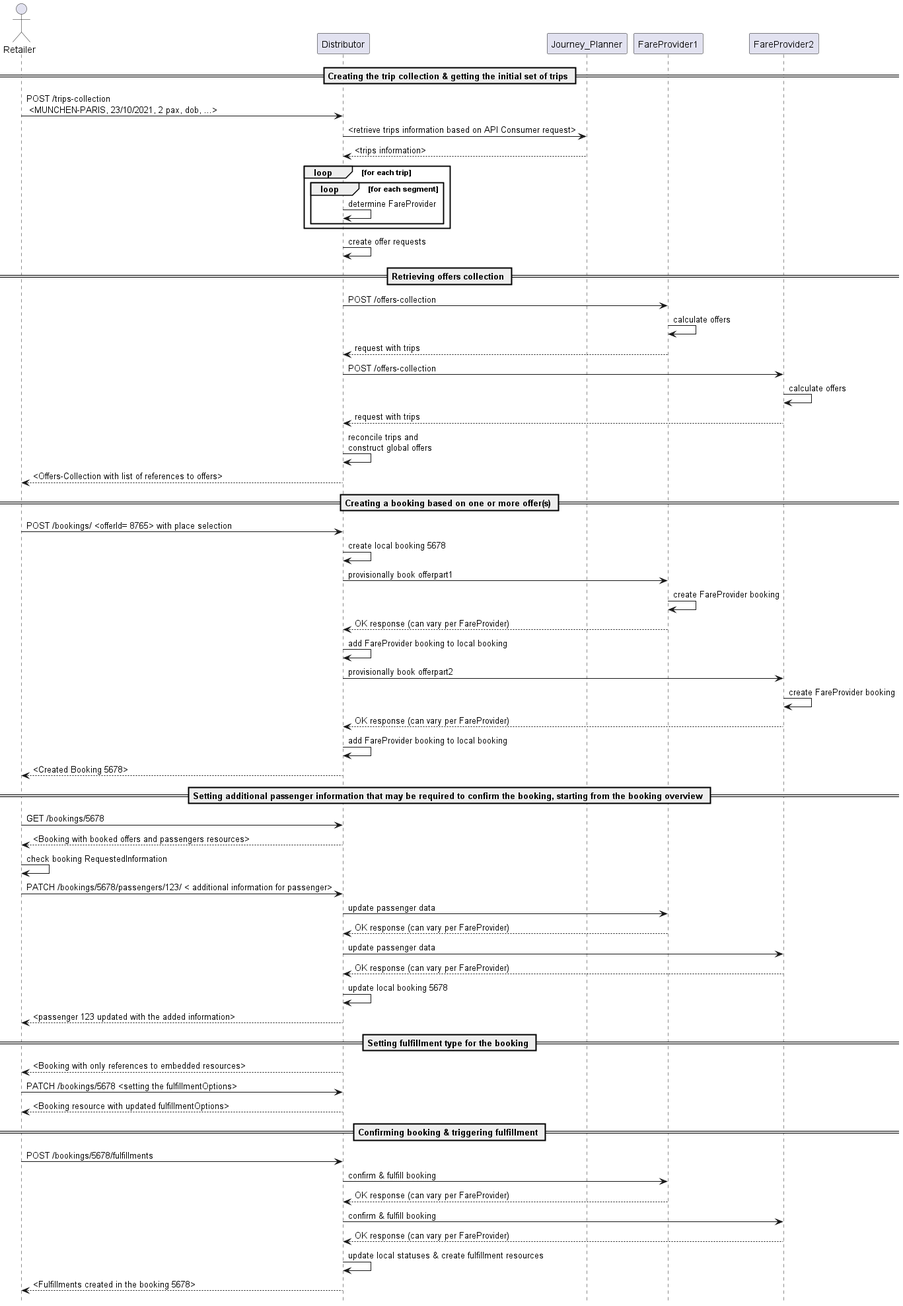
UnionInternationalCheminsdeFer/OSDM keeps this PlantUML diagram as images/processes/seq-end-to-end-interaction.png. Above is the earlier version. Source of this version:
```plantuml
@startuml
hide footbox

actor Retailer

== Creating the trip collection & getting the initial set of trips ==
Retailer -> Distributor: POST /trips-collection\n <MUNCHEN-PARIS, 23/10/2021, 2 pax, dob, ...>
Distributor -> Journey_Planner : <retrieve trips information based on API Consumer request>
Journey_Planner --> Distributor : <trips information>
loop for each trip
    loop for each segment
        Distributor -> Distributor: determine FareProvider
    end
end
Distributor -> Distributor : create offer requests

== Retrieving offers collection ==

Distributor -> FareProvider1: POST /offers-collection
FareProvider1 -> FareProvider1: calculate offers
FareProvider1 --> Distributor : request with trips
Distributor -> FareProvider2: POST /offers-collection
FareProvider2 -> FareProvider2: calculate offers
FareProvider2 --> Distributor : request with trips
Distributor -> Distributor : reconcile trips and \nconstruct global offers
Distributor --> Retailer: <Offers-Collection with list of references to offers>

== Creating a booking based on one or more offer(s) ==
Retailer -> Distributor: POST /bookings/ <offerId= 8765> with place selection
Distributor -> Distributor : create local booking 5678
Distributor -> FareProvider1: provisionally book offerpart1
FareProvider1 -> FareProvider1: create FareProvider booking
FareProvider1 --> Distributor : OK response (can vary per FareProvider)
Distributor -> Distributor : add FareProvider booking to local booking
Distributor -> FareProvider2: provisionally book offerpart2
FareProvider2 -> FareProvider2: create FareProvider booking
FareProvider2 --> Distributor : OK response (can vary per FareProvider)
Distributor -> Distributor : add FareProvider booking to local booking
Distributor --> Retailer: <Created Booking 5678>

== Setting additional passenger information that may be required to confirm the booking, starting from the booking overview ==
Retailer -> Distributor: GET /bookings/5678
Distributor --> Retailer: <Booking with booked offers and passengers resources>
Retailer -> Retailer: check booking RequestedInformation
Retailer -> Distributor: PATCH /bookings/5678/passengers/123/ < additional information for passenger>
Distributor -> FareProvider1: update passenger data
FareProvider1 --> Distributor : OK response (can vary per FareProvider)
Distributor -> FareProvider2: update passenger data
FareProvider2 --> Distributor : OK response (can vary per FareProvider)
Distributor -> Distributor : update local booking 5678
Distributor --> Retailer: <passenger 123 updated with the added information>

== Setting fulfillment type for the booking ==
Distributor --> Retailer: <Booking with only references to embedded resources>
Retailer -> Distributor: PATCH /bookings/5678 <setting the fulfillmentOptions>
Distributor --> Retailer: <Booking resource with updated fulfillmentOptions>

== Confirming booking & triggering fulfillment ==
Retailer -> Distributor: POST /bookings/5678/fulfillments
Distributor -> FareProvider1: confirm & fulfill booking
FareProvider1 --> Distributor : OK response (can vary per FareProvider)
Distributor -> FareProvider2: confirm & fulfill booking
FareProvider2 --> Distributor : OK response (can vary per FareProvider)
Distributor -> Distributor: update local statuses & create fulfillment resources
Distributor --> Retailer: <Fulfillments created in the booking 5678>
@enduml
```
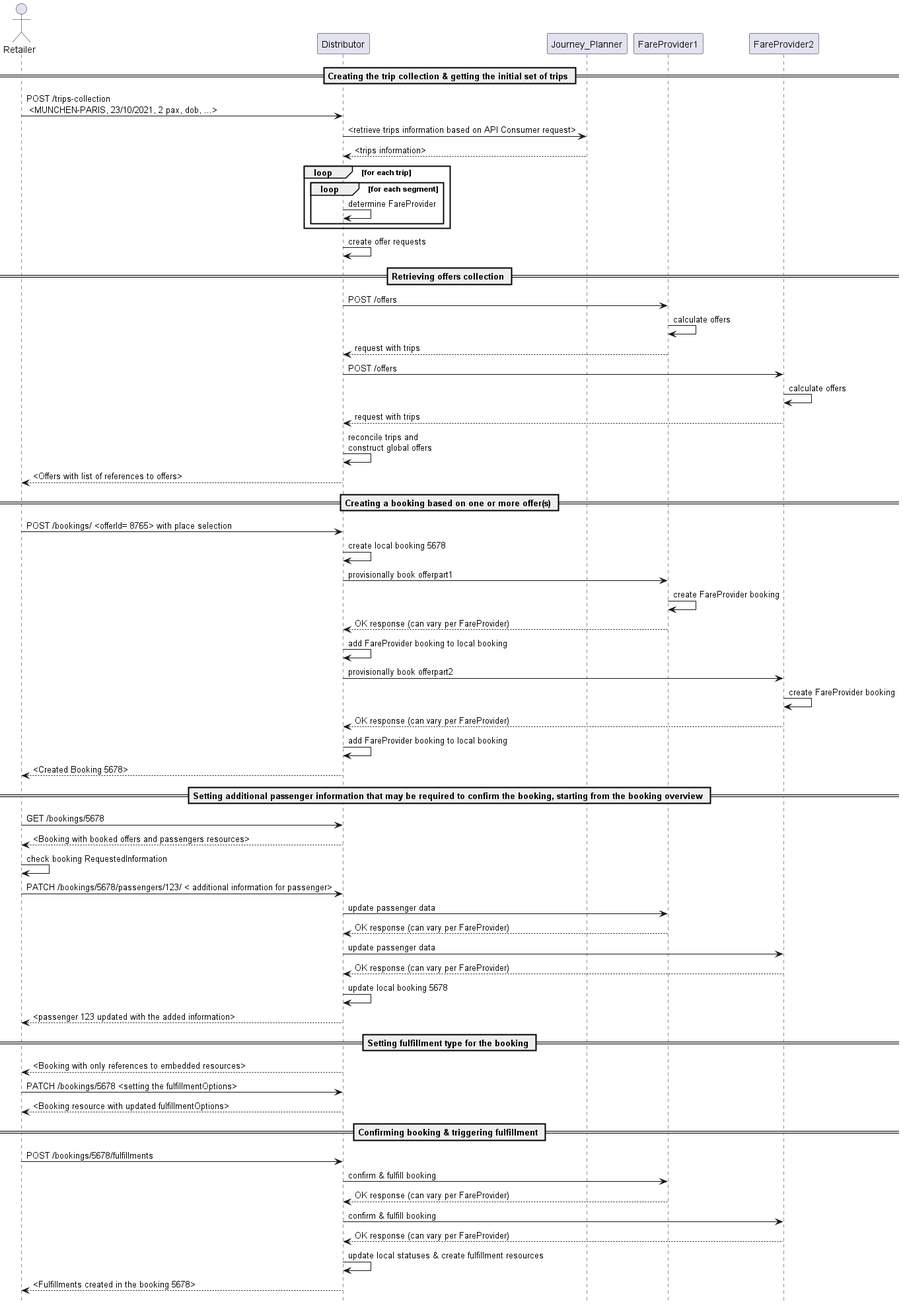
After the change.

The edit, as a diff of the source:
```diff
@@ -16,14 +16,14 @@
 
 == Retrieving offers collection ==
 
-Distributor -> FareProvider1: POST /offers-collection
+Distributor -> FareProvider1: POST /offers
 FareProvider1 -> FareProvider1: calculate offers
 FareProvider1 --> Distributor : request with trips
-Distributor -> FareProvider2: POST /offers-collection
+Distributor -> FareProvider2: POST /offers
 FareProvider2 -> FareProvider2: calculate offers
 FareProvider2 --> Distributor : request with trips
 Distributor -> Distributor : reconcile trips and \nconstruct global offers
-Distributor --> Retailer: <Offers-Collection with list of references to offers>
+Distributor --> Retailer: <Offers with list of references to offers>
 
 == Creating a booking based on one or more offer(s) ==
 Retailer -> Distributor: POST /bookings/ <offerId= 8765> with place selection
```
